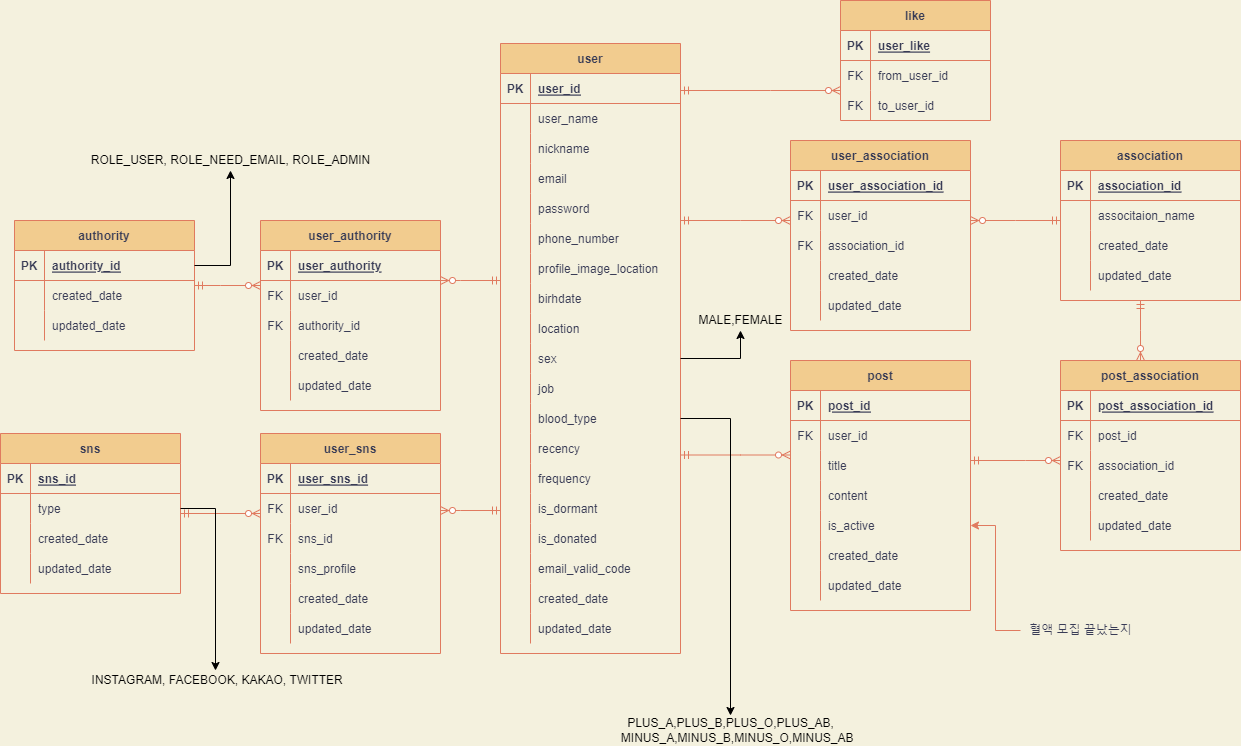
Earlier version of the draw.io export Untitled Diagram.drawio.png (CYC0227/lab). Source tidied: cells renumbered, new cells last; positions are measured from the earlier drawing's top-left corner, leaving out a move shared by most shapes.
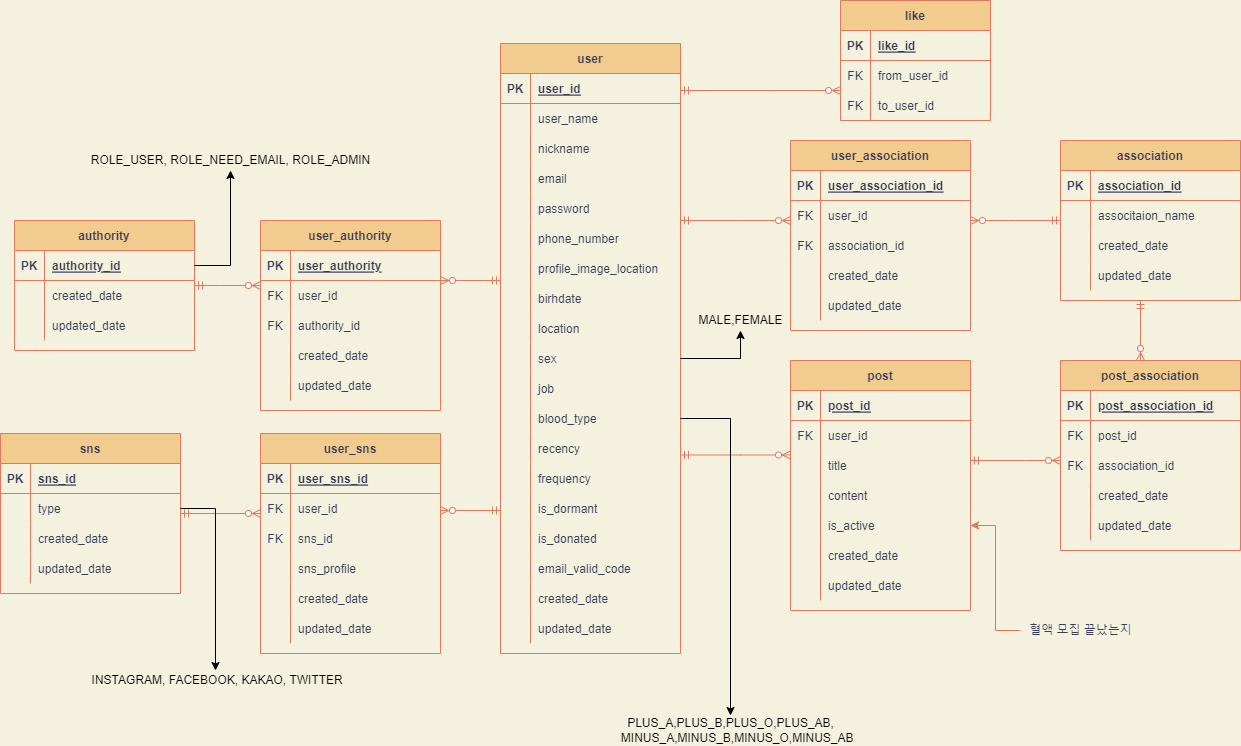
The same file after the commit.

The edit, as a diff of the source:
```diff
@@ -653,7 +653,7 @@
     <mxCell id="199" value="PK" style="shape=partialRectangle;fillColor=none;top=0;left=0;bottom=0;right=0;fontStyle=1;overflow=hidden;strokeColor=#E07A5F;fontColor=#393C56;" parent="198" vertex="1">
       <mxGeometry width="30" height="30" as="geometry" />
     </mxCell>
-    <mxCell id="200" value="user_like" style="shape=partialRectangle;fillColor=none;top=0;left=0;bottom=0;right=0;align=left;spacingLeft=6;fontStyle=5;overflow=hidden;strokeColor=#E07A5F;fontColor=#393C56;" parent="198" vertex="1">
+    <mxCell id="200" value="like_id" style="shape=partialRectangle;fillColor=none;top=0;left=0;bottom=0;right=0;align=left;spacingLeft=6;fontStyle=5;overflow=hidden;strokeColor=#E07A5F;fontColor=#393C56;" parent="198" vertex="1">
       <mxGeometry x="30" width="120" height="30" as="geometry" />
     </mxCell>
     <mxCell id="201" style="shape=partialRectangle;fillColor=none;top=0;left=0;bottom=0;right=0;strokeColor=#E07A5F;fontColor=#393C56;" parent="197" vertex="1">
```
